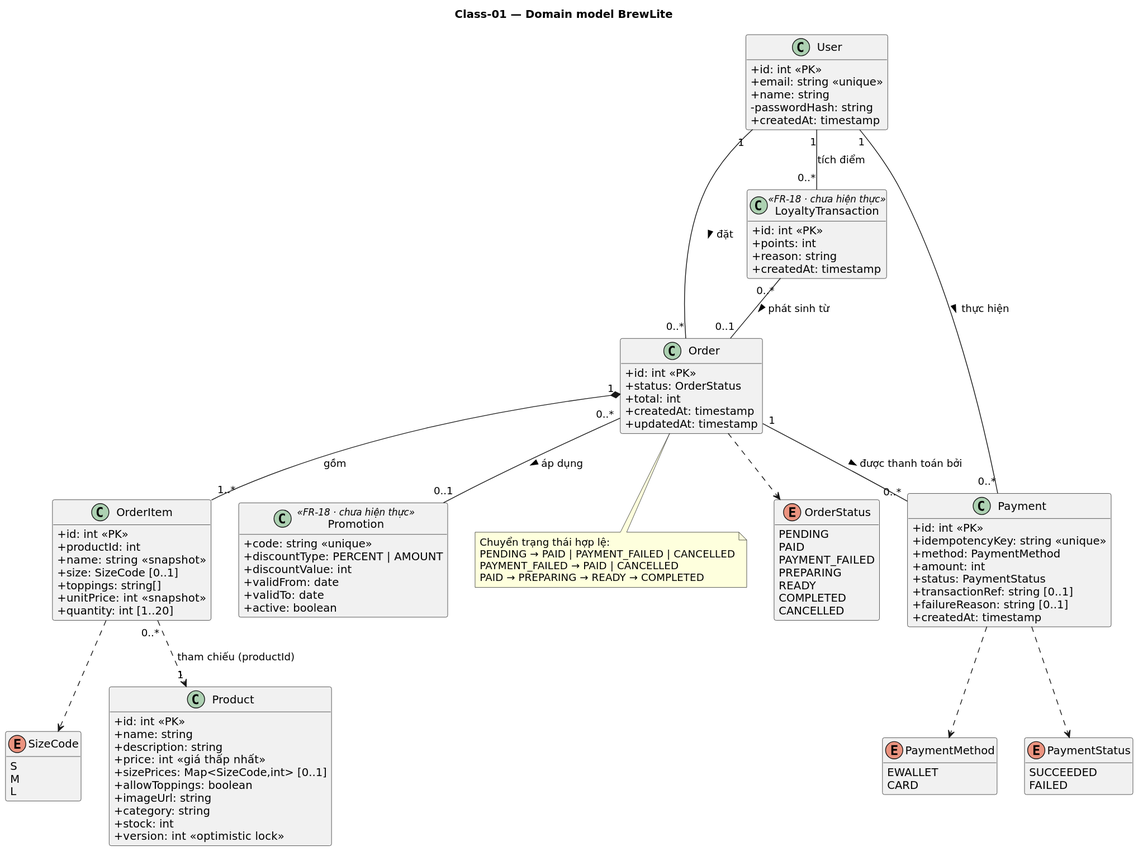
The PlantUML diagram docs/diagrams/class-domain.svg in QT1311/BrewLite, before a commit. Its diagram source:
```plantuml
@startuml
title Class-01 — Domain model BrewLite
skinparam shadowing false
skinparam defaultFontName "DejaVu Sans"
skinparam classAttributeIconSize 0
hide empty methods

enum OrderStatus {
  PENDING
  PAID
  PAYMENT_FAILED
  PREPARING
  READY
  COMPLETED
  CANCELLED
}
enum PaymentMethod {
  EWALLET
  CARD
}
enum PaymentStatus {
  SUCCEEDED
  FAILED
}
enum SizeCode {
  S
  M
  L
}

class User {
  +id: int <<PK>>
  +email: string <<unique>>
  +name: string
  -passwordHash: string
  +createdAt: timestamp
}
class Product {
  +id: int <<PK>>
  +name: string
  +description: string
  +price: int  «giá thấp nhất»
  +sizePrices: Map<SizeCode,int> [0..1]
  +allowToppings: boolean
  +imageUrl: string
  +category: string
  +stock: int
  +version: int  «optimistic lock»
}
class Order {
  +id: int <<PK>>
  +status: OrderStatus
  +total: int
  +createdAt: timestamp
  +updatedAt: timestamp
}
class OrderItem {
  +id: int <<PK>>
  +productId: int
  +name: string  «snapshot»
  +size: SizeCode [0..1]
  +toppings: string[]
  +unitPrice: int  «snapshot»
  +quantity: int [1..20]
}
class Payment {
  +id: int <<PK>>
  +idempotencyKey: string <<unique>>
  +method: PaymentMethod
  +amount: int
  +status: PaymentStatus
  +transactionRef: string [0..1]
  +failureReason: string [0..1]
  +createdAt: timestamp
}
class Promotion <<FR-18 · chưa hiện thực>> {
  +code: string <<unique>>
  +discountType: PERCENT | AMOUNT
  +discountValue: int
  +validFrom: date
  +validTo: date
  +active: boolean
}
class LoyaltyTransaction <<FR-18 · chưa hiện thực>> {
  +id: int <<PK>>
  +points: int
  +reason: string
  +createdAt: timestamp
}

User "1" -- "0..*" Order : đặt >
User "1" -- "0..*" Payment : thực hiện >
Order "1" *-- "1..*" OrderItem : gồm
Order "1" -- "0..*" Payment : được thanh toán bởi >
OrderItem "0..*" ..> "1" Product : tham chiếu (productId)
Order "0..*" -- "0..1" Promotion : áp dụng >
User "1" -- "0..*" LoyaltyTransaction : tích điểm
LoyaltyTransaction "0..*" -- "0..1" Order : phát sinh từ >

Order ..> OrderStatus
Payment ..> PaymentMethod
Payment ..> PaymentStatus
OrderItem ..> SizeCode

note bottom of Order
  Chuyển trạng thái hợp lệ:
  PENDING → PAID | PAYMENT_FAILED | CANCELLED
  PAYMENT_FAILED → PAID | CANCELLED
  PAID → PREPARING → READY → COMPLETED
end note
@enduml
```
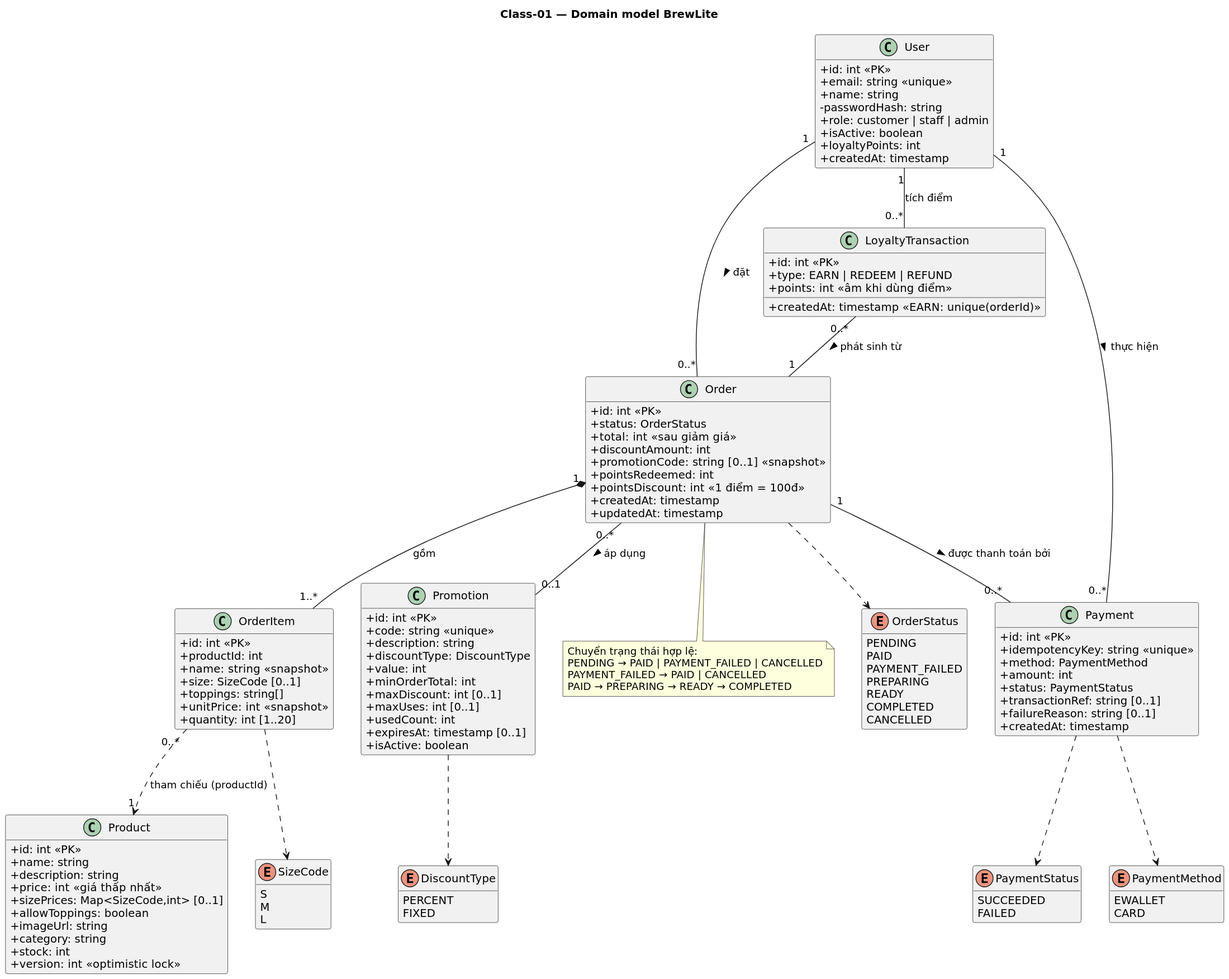
After the change.

What changed in the source:
```diff
@@ -22,6 +22,10 @@
   SUCCEEDED
   FAILED
 }
+enum DiscountType {
+  PERCENT
+  FIXED
+}
 enum SizeCode {
   S
   M
@@ -33,6 +37,9 @@
   +email: string <<unique>>
   +name: string
   -passwordHash: string
+  +role: customer | staff | admin
+  +isActive: boolean
+  +loyaltyPoints: int
   +createdAt: timestamp
 }
 class Product {
@@ -50,7 +57,11 @@
 class Order {
   +id: int <<PK>>
   +status: OrderStatus
-  +total: int
+  +total: int  «sau giảm giá»
+  +discountAmount: int
+  +promotionCode: string [0..1]  «snapshot»
+  +pointsRedeemed: int
+  +pointsDiscount: int  «1 điểm = 100đ»
   +createdAt: timestamp
   +updatedAt: timestamp
 }
@@ -73,19 +84,24 @@
   +failureReason: string [0..1]
   +createdAt: timestamp
 }
-class Promotion <<FR-18 · chưa hiện thực>> {
+class Promotion {
+  +id: int <<PK>>
   +code: string <<unique>>
-  +discountType: PERCENT | AMOUNT
-  +discountValue: int
-  +validFrom: date
-  +validTo: date
-  +active: boolean
+  +description: string
+  +discountType: DiscountType
+  +value: int
+  +minOrderTotal: int
+  +maxDiscount: int [0..1]
+  +maxUses: int [0..1]
+  +usedCount: int
+  +expiresAt: timestamp [0..1]
+  +isActive: boolean
 }
-class LoyaltyTransaction <<FR-18 · chưa hiện thực>> {
+class LoyaltyTransaction {
   +id: int <<PK>>
-  +points: int
-  +reason: string
-  +createdAt: timestamp
+  +type: EARN | REDEEM | REFUND
+  +points: int  «âm khi dùng điểm»
+  +createdAt: timestamp  «EARN: unique(orderId)»
 }
 
 User "1" -- "0..*" Order : đặt >
@@ -95,9 +111,10 @@
 OrderItem "0..*" ..> "1" Product : tham chiếu (productId)
 Order "0..*" -- "0..1" Promotion : áp dụng >
 User "1" -- "0..*" LoyaltyTransaction : tích điểm
-LoyaltyTransaction "0..*" -- "0..1" Order : phát sinh từ >
+LoyaltyTransaction "0..*" -- "1" Order : phát sinh từ >
 
 Order ..> OrderStatus
+Promotion ..> DiscountType
 Payment ..> PaymentMethod
 Payment ..> PaymentStatus
 OrderItem ..> SizeCode
```
